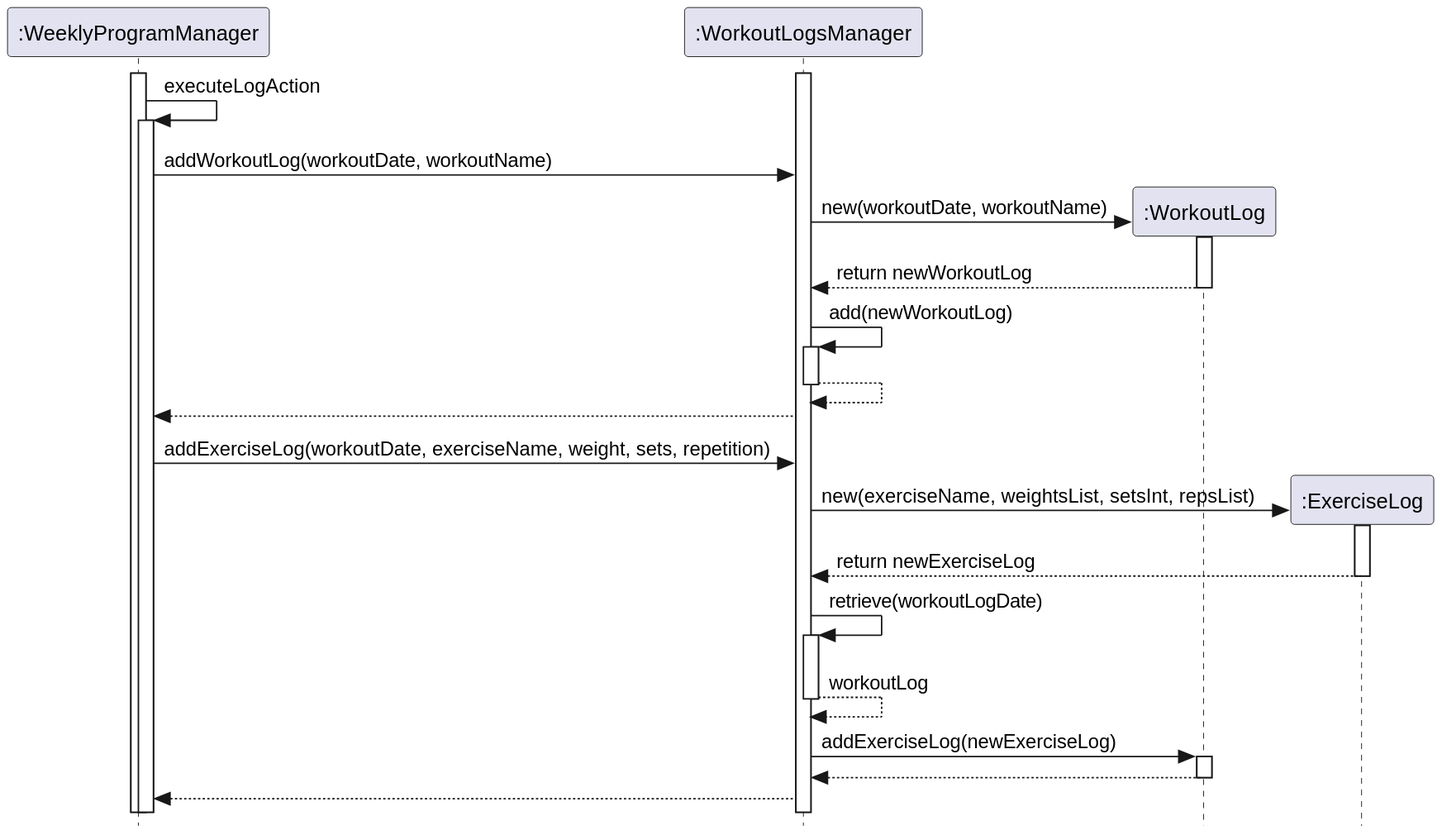
This is docs/diagrams/workoutLog.svg from joshualeejunyi/tp, a PlantUML export, as it was before one commit. Source of this version:
```plantuml
@startuml
skinparam classAttributeIconSize 0
skinparam style strictuml

participant ":WeeklyProgramManager"

activate ":WorkoutLogsManager"
activate ":WeeklyProgramManager"
    ":WeeklyProgramManager" -> ":WeeklyProgramManager" : executeLogAction
    activate ":WeeklyProgramManager"
    ":WeeklyProgramManager" -> ":WorkoutLogsManager" : addWorkoutLog(workoutDate, workoutName)
    create ":WorkoutLog" as WorkoutLog
    ":WorkoutLogsManager" -> WorkoutLog : new(workoutDate, workoutName)
    activate WorkoutLog
    WorkoutLog --> ":WorkoutLogsManager" : return newWorkoutLog
    deactivate WorkoutLog
    ":WorkoutLogsManager" -> ":WorkoutLogsManager" : add(newWorkoutLog)
    activate ":WorkoutLogsManager"
    ":WorkoutLogsManager" --> ":WorkoutLogsManager"
    deactivate ":WorkoutLogsManager"
    ":WorkoutLogsManager" --> ":WeeklyProgramManager"
    ":WeeklyProgramManager" -> ":WorkoutLogsManager" : addExerciseLog(workoutDate, exerciseName, weight, sets, repetition)
    create ":ExerciseLog" as ExerciseLog
    ":WorkoutLogsManager" -> ExerciseLog : new(exerciseName, weightsList, setsInt, repsList)
    activate ExerciseLog
    ExerciseLog --> ":WorkoutLogsManager" : return newExerciseLog
    deactivate ExerciseLog
    ":WorkoutLogsManager" -> ":WorkoutLogsManager" : retrieve(workoutLogDate)
    activate ":WorkoutLogsManager"
    ":WorkoutLogsManager" --> ":WorkoutLogsManager": workoutLog
    deactivate ":WorkoutLogsManager"
    ":WorkoutLogsManager" -> WorkoutLog : addExerciseLog(newExerciseLog)
    activate WorkoutLog
    WorkoutLog --> ":WorkoutLogsManager"
    deactivate WorkoutLog
    ":WorkoutLogsManager" --> ":WeeklyProgramManager"
@enduml
```
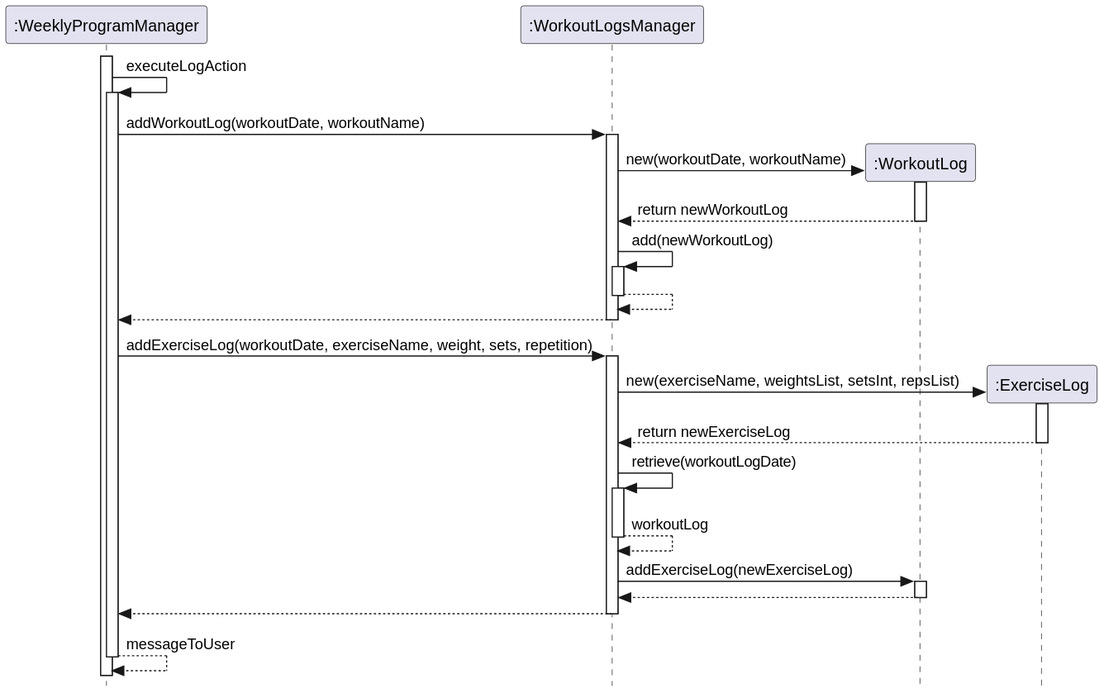
Above is the later version.

Commit message:
Fix workout log sequence diagram

Diff of the diagram source:
```diff
@@ -4,11 +4,11 @@
 
 participant ":WeeklyProgramManager"
 
-activate ":WorkoutLogsManager"
 activate ":WeeklyProgramManager"
     ":WeeklyProgramManager" -> ":WeeklyProgramManager" : executeLogAction
     activate ":WeeklyProgramManager"
     ":WeeklyProgramManager" -> ":WorkoutLogsManager" : addWorkoutLog(workoutDate, workoutName)
+    activate ":WorkoutLogsManager"
     create ":WorkoutLog" as WorkoutLog
     ":WorkoutLogsManager" -> WorkoutLog : new(workoutDate, workoutName)
     activate WorkoutLog
@@ -19,7 +19,9 @@
     ":WorkoutLogsManager" --> ":WorkoutLogsManager"
     deactivate ":WorkoutLogsManager"
     ":WorkoutLogsManager" --> ":WeeklyProgramManager"
+    deactivate ":WorkoutLogsManager"
     ":WeeklyProgramManager" -> ":WorkoutLogsManager" : addExerciseLog(workoutDate, exerciseName, weight, sets, repetition)
+    activate ":WorkoutLogsManager"
     create ":ExerciseLog" as ExerciseLog
     ":WorkoutLogsManager" -> ExerciseLog : new(exerciseName, weightsList, setsInt, repsList)
     activate ExerciseLog
@@ -34,4 +36,7 @@
     WorkoutLog --> ":WorkoutLogsManager"
     deactivate WorkoutLog
     ":WorkoutLogsManager" --> ":WeeklyProgramManager"
+    deactivate ":WorkoutLogsManager"
+    ":WeeklyProgramManager" --> ":WeeklyProgramManager": messageToUser
+    deactivate ":WeeklyProgramManager"
 @enduml
```
